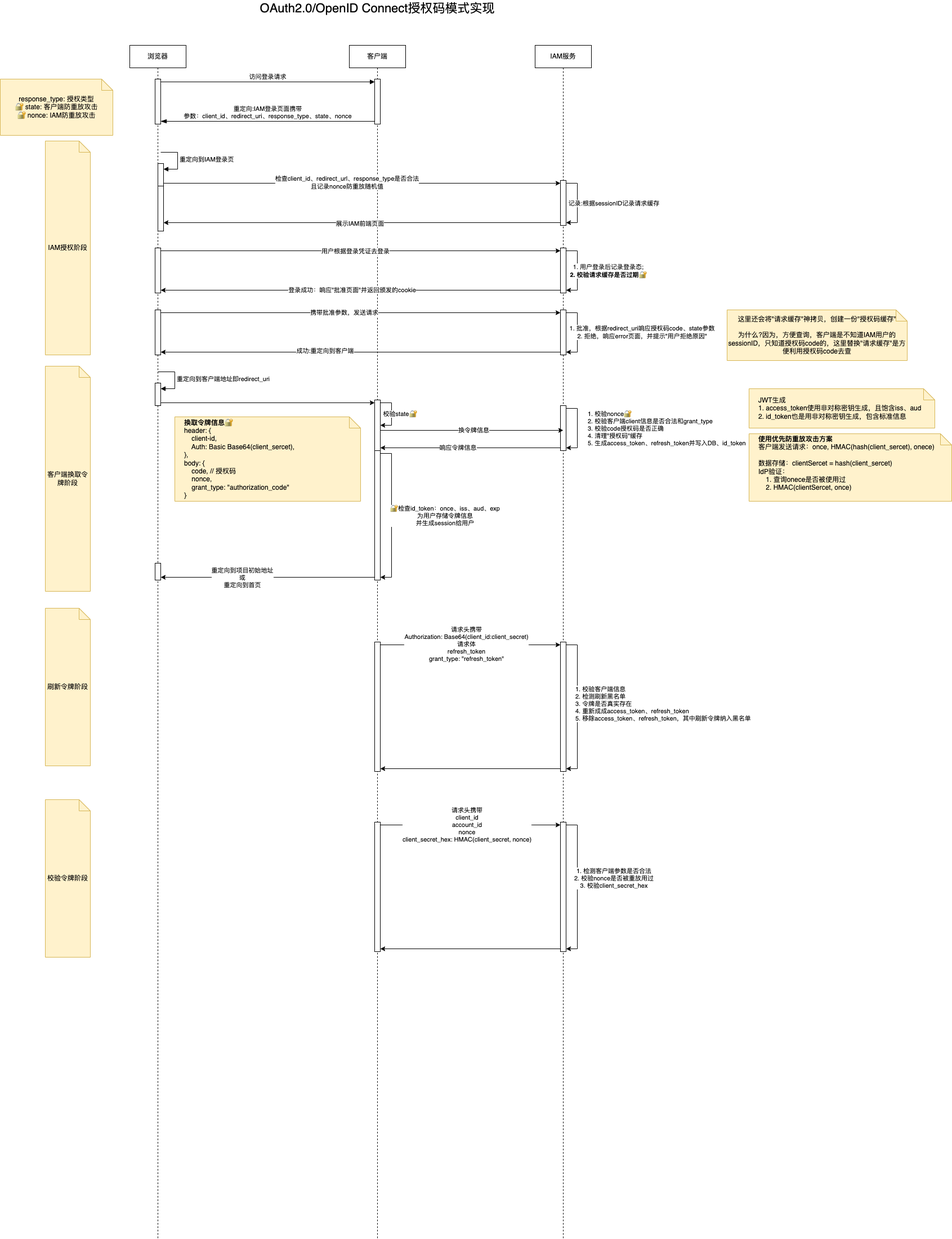
This is IAM实现.drawio.png from JYbill/draw, a draw.io export, as it was before one commit. Source tidied: cells renumbered, new cells last; positions are measured from the earlier drawing's top-left corner, leaving out a move shared by most shapes.
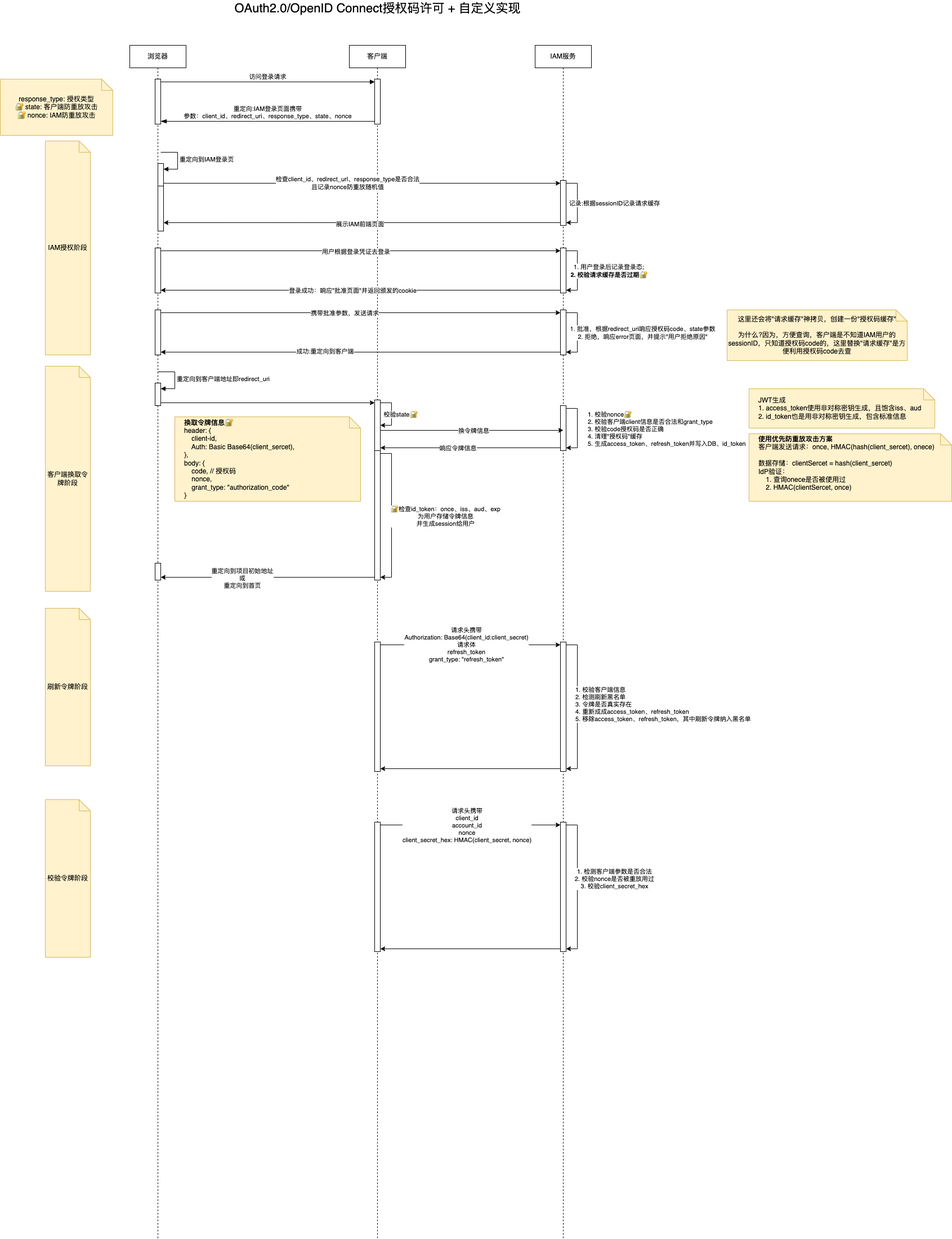
The same file after the commit.

Change to the diagram source:
```diff
@@ -76,8 +76,8 @@
     <mxCell id="21" style="html=1;points=[[0,0,0,0,5],[0,1,0,0,-5],[1,0,0,0,5],[1,1,0,0,-5]];perimeter=orthogonalPerimeter;outlineConnect=0;targetShapes=umlLifeline;portConstraint=eastwest;newEdgeStyle={&quot;curved&quot;:0,&quot;rounded&quot;:0};" parent="12" vertex="1">
       <mxGeometry x="45" y="1380" width="10" height="230" as="geometry" />
     </mxCell>
-    <mxCell id="22" value="OAuth2.0/OpenID Connect授权码模式实现" style="text;html=1;align=center;verticalAlign=middle;whiteSpace=wrap;rounded=0;fontSize=22;" parent="1" vertex="1">
-      <mxGeometry x="427" width="486" height="30" as="geometry" />
+    <mxCell id="22" value="OAuth2.0/OpenID Connect授权码许可 + 自定义实现" style="text;html=1;align=center;verticalAlign=middle;whiteSpace=wrap;rounded=0;fontSize=22;" parent="1" vertex="1">
+      <mxGeometry x="363.5" width="613" height="30" as="geometry" />
     </mxCell>
     <mxCell id="23" value="访问登录请求" style="html=1;verticalAlign=bottom;endArrow=block;curved=0;rounded=0;entryX=0;entryY=0;entryDx=0;entryDy=5;exitX=1;exitY=0;exitDx=0;exitDy=5;exitPerimeter=0;" parent="1" edge="1" source="3" target="13">
       <mxGeometry relative="1" as="geometry" />
```
